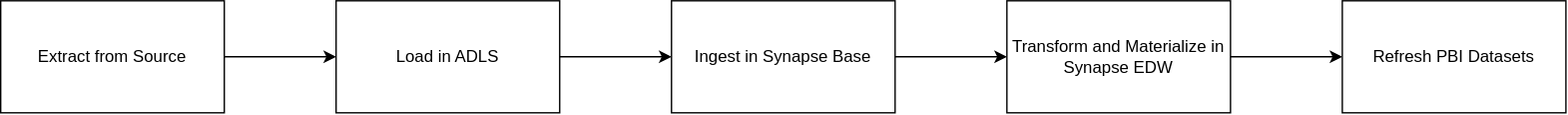
szubalii/leviat-data-and-analytics keeps this draw.io diagram as wiki/.images/ELTL.drawio.svg. Above is the earlier version. Source tidied: cells renumbered, new cells last; positions are measured from the earlier drawing's top-left corner, leaving out a move shared by most shapes.
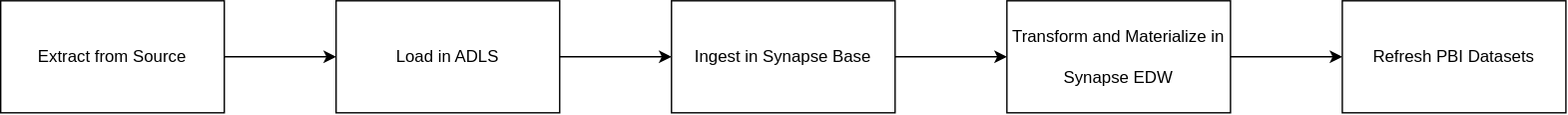
After the commit.

Commit message:
line break

Change to the diagram source:
```diff
@@ -23,7 +23,7 @@
     <mxCell id="8" style="edgeStyle=none;html=1;" parent="1" edge="1" source="9" target="10">
       <mxGeometry relative="1" as="geometry" />
     </mxCell>
-    <mxCell id="9" value="Transform and Materialize in &lt;br&gt;Synapse EDW" style="rounded=0;html=1;whiteSpace=wrap;" parent="1" vertex="1">
+    <mxCell id="9" value="Transform and Materialize in &lt;br&gt;&lt;br&gt;Synapse EDW" style="rounded=0;html=1;whiteSpace=wrap;" parent="1" vertex="1">
       <mxGeometry x="720" width="160" height="80" as="geometry" />
     </mxCell>
     <mxCell id="10" value="Refresh PBI Datasets" style="rounded=0;whiteSpace=wrap;html=1;" parent="1" vertex="1">
```
